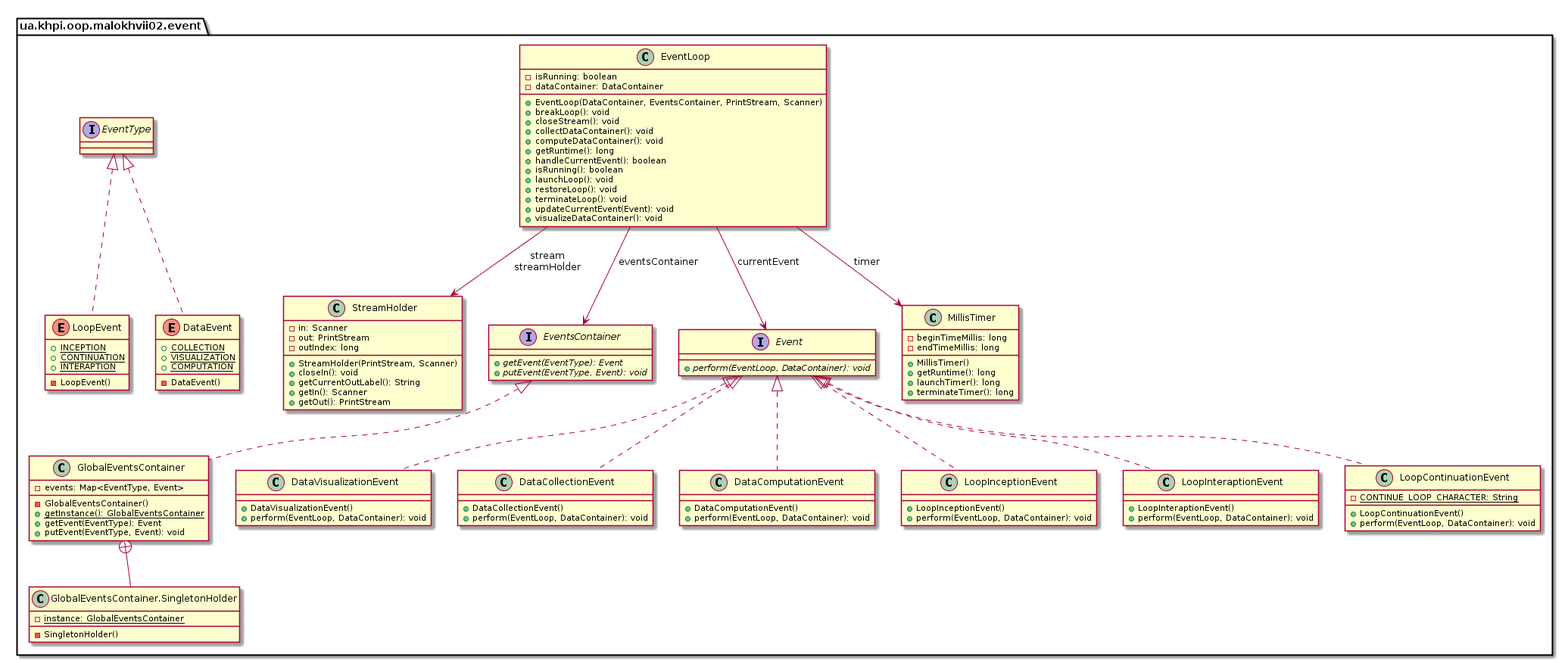
Earlier version of the PlantUML export malokhvii-eduard/malokhvii02/doc/plantuml/png/ua.khpi.oop.malokhvii02.event.package.png (P-Kalin/kit26a).
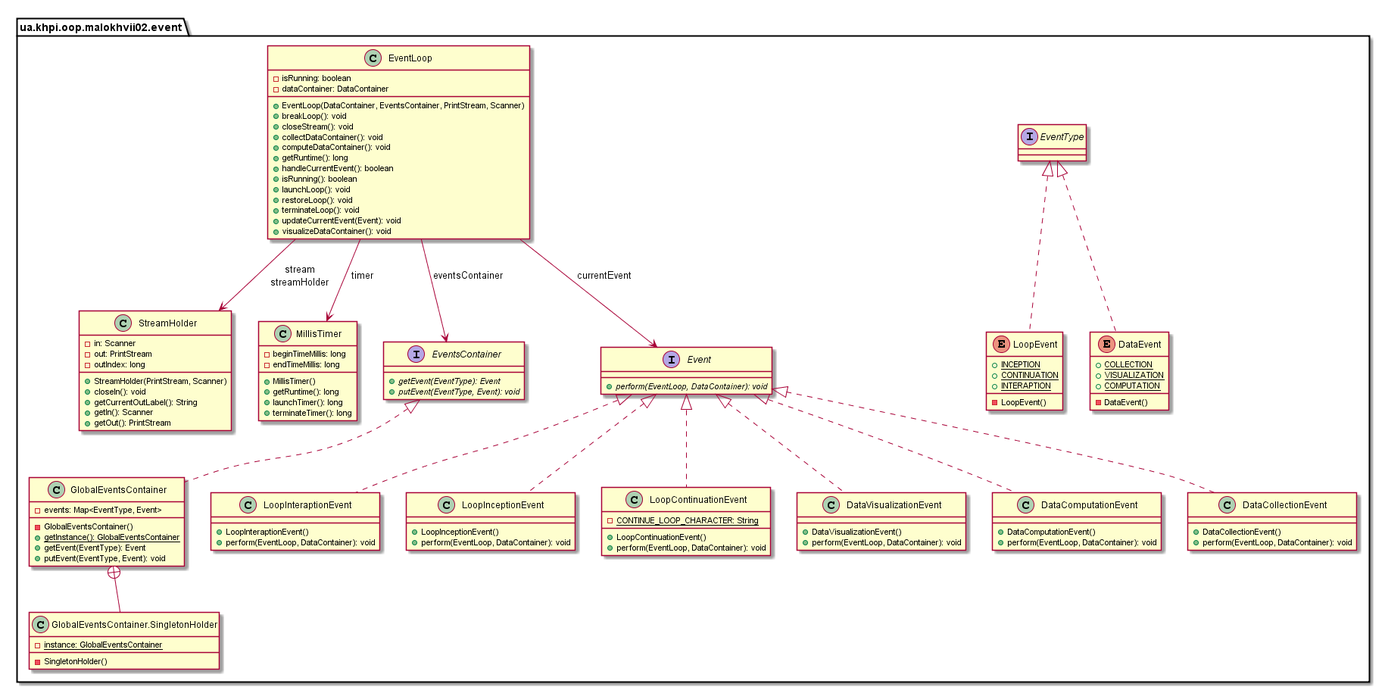
After the commit.

What changed in the source:
```diff
@@ -1,11 +1,6 @@
 @startuml
 
     namespace ua.khpi.oop.malokhvii02.event {
-
-        class DataVisualizationEvent {
-            +DataVisualizationEvent()
-            +perform(EventLoop, DataContainer): void
-        }
 
         class StreamHolder {
             -in: Scanner
@@ -18,28 +13,22 @@
             +getOut(): PrintStream
         }
 
-        class DataCollectionEvent {
-            +DataCollectionEvent()
-            +perform(EventLoop, DataContainer): void
+        class MillisTimer {
+            -beginTimeMillis: long
+            -endTimeMillis: long
+            +MillisTimer()
+            +getRuntime(): long
+            +launchTimer(): long
+            +terminateTimer(): long
         }
 
-        interface EventsContainer {
-            {abstract} +getEvent(EventType): Event
-            {abstract} +putEvent(EventType, Event): void
-        }
-
-        class DataComputationEvent {
-            +DataComputationEvent()
+        class LoopInteraptionEvent {
+            +LoopInteraptionEvent()
             +perform(EventLoop, DataContainer): void
         }
 
         class LoopInceptionEvent {
             +LoopInceptionEvent()
-            +perform(EventLoop, DataContainer): void
-        }
-
-        class LoopInteraptionEvent {
-            +LoopInteraptionEvent()
             +perform(EventLoop, DataContainer): void
         }
 
@@ -50,8 +39,10 @@
             -LoopEvent()
         }
 
-        interface Event {
-            {abstract} +perform(EventLoop, DataContainer): void
+        class LoopContinuationEvent {
+            {static} -CONTINUE_LOOP_CHARACTER: String
+            +LoopContinuationEvent()
+            +perform(EventLoop, DataContainer): void
         }
 
         class GlobalEventsContainer {
@@ -67,13 +58,12 @@
             -SingletonHolder()
         }
 
-        class MillisTimer {
-            -beginTimeMillis: long
-            -endTimeMillis: long
-            +MillisTimer()
-            +getRuntime(): long
-            +launchTimer(): long
-            +terminateTimer(): long
+        interface EventType {
+        }
+
+        interface EventsContainer {
+            {abstract} +getEvent(EventType): Event
+            {abstract} +putEvent(EventType, Event): void
         }
 
         class EventLoop {
@@ -94,13 +84,13 @@
             +visualizeDataContainer(): void
         }
 
-        class LoopContinuationEvent {
-            {static} -CONTINUE_LOOP_CHARACTER: String
-            +LoopContinuationEvent()
-            +perform(EventLoop, DataContainer): void
+        interface Event {
+            {abstract} +perform(EventLoop, DataContainer): void
         }
 
-        interface EventType {
+        class DataVisualizationEvent {
+            +DataVisualizationEvent()
+            +perform(EventLoop, DataContainer): void
         }
 
         enum DataEvent {
@@ -110,25 +100,35 @@
             -DataEvent()
         }
 
-        Event <|.. DataVisualizationEvent
+        class DataComputationEvent {
+            +DataComputationEvent()
+            +perform(EventLoop, DataContainer): void
+        }
 
-        Event <|.. DataCollectionEvent
+        class DataCollectionEvent {
+            +DataCollectionEvent()
+            +perform(EventLoop, DataContainer): void
+        }
 
-        Event <|.. DataComputationEvent
+        Event <|.. LoopInteraptionEvent
 
         Event <|.. LoopInceptionEvent
 
-        Event <|.. LoopInteraptionEvent
+        EventType <|.. LoopEvent
 
-        EventType <|.. LoopEvent
+        Event <|.. LoopContinuationEvent
 
         EventsContainer <|.. GlobalEventsContainer
 
         GlobalEventsContainer +-- ua.khpi.oop.malokhvii02.event.GlobalEventsContainer.SingletonHolder
 
-        Event <|.. LoopContinuationEvent
+        Event <|.. DataVisualizationEvent
 
         EventType <|.. DataEvent
+
+        Event <|.. DataComputationEvent
+
+        Event <|.. DataCollectionEvent
 
         EventLoop --> EventsContainer: eventsContainer
 
```
